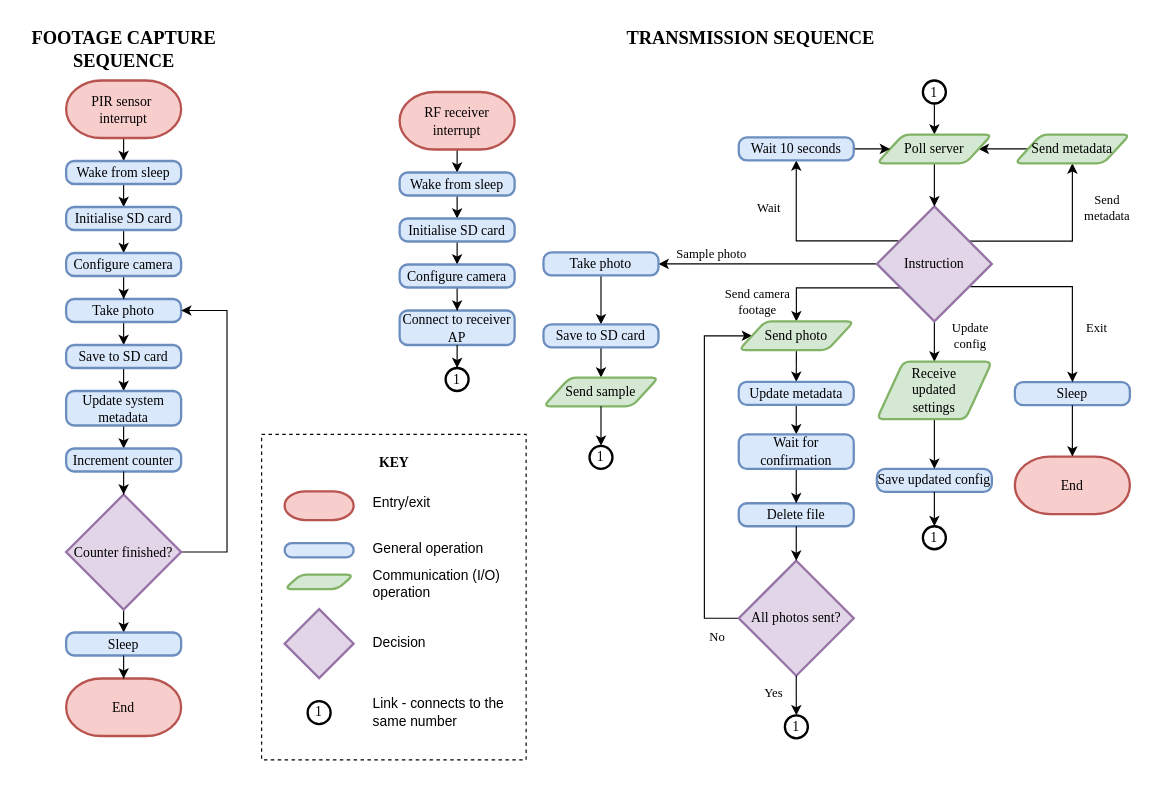
The draw.io diagram final-report/Misc/ESP-flow.drawio in rothdu/EEE4113F-Group13-2024, before the edit. Source tidied: cells renumbered, new cells numbered last; positions are measured from the earlier drawing's top-left corner, leaving out a move shared by most shapes. Both pictures are drawn from the tidied source at 115%, with x=0, y=0 at pixel (20, 20).
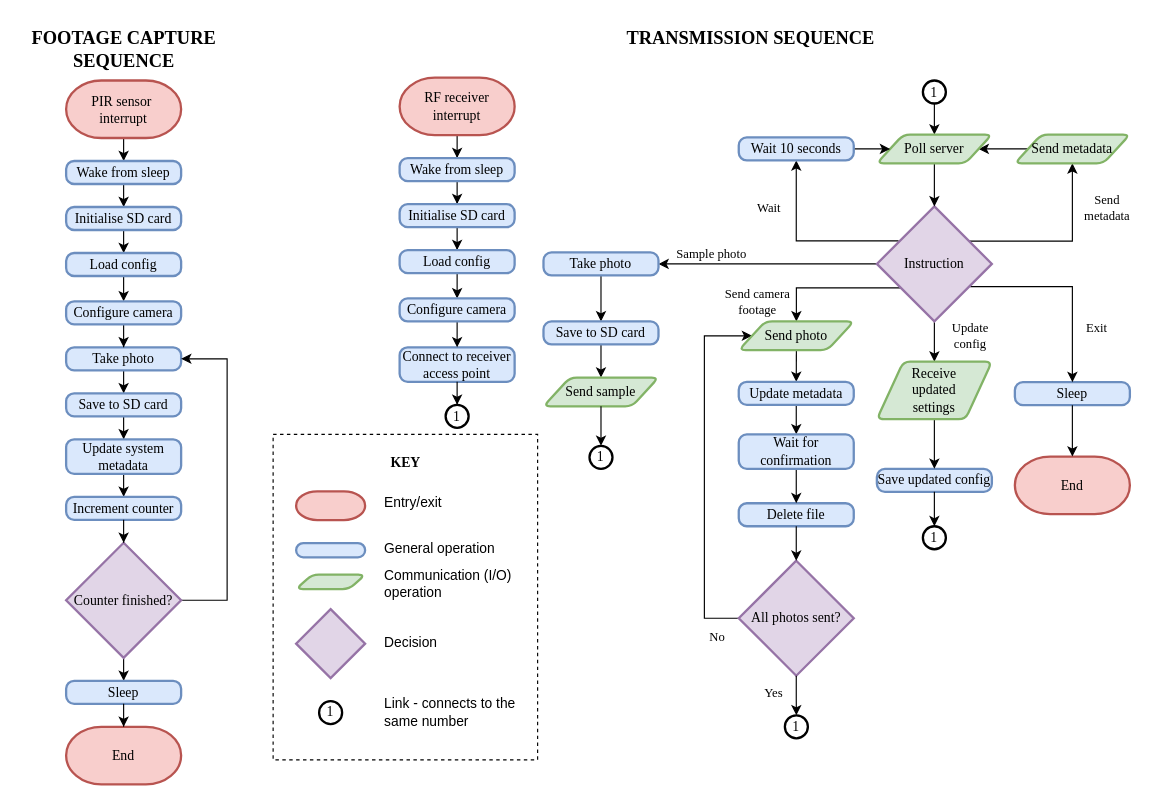
The same diagram, later.

Change to the diagram source:
```diff
@@
     <mxCell id="3" value="Take photo" style="rounded=1;whiteSpace=wrap;html=1;absoluteArcSize=1;arcSize=14;strokeWidth=2;fillColor=#dae8fc;strokeColor=#6c8ebf;fontFamily=Times New Roman;" parent="1" vertex="1">
-      <mxGeometry x="40" y="242.5" width="100" height="20" as="geometry" />
+      <mxGeometry x="40" y="284.5" width="100" height="20" as="geometry" />
     </mxCell>
@@
     <mxCell id="5" value="Save to SD card" style="rounded=1;whiteSpace=wrap;html=1;absoluteArcSize=1;arcSize=14;strokeWidth=2;fillColor=#dae8fc;strokeColor=#6c8ebf;fontFamily=Times New Roman;" parent="1" vertex="1">
-      <mxGeometry x="40" y="282.5" width="100" height="20" as="geometry" />
+      <mxGeometry x="40" y="324.5" width="100" height="20" as="geometry" />
     </mxCell>
@@
     <mxCell id="7" value="Update system metadata" style="rounded=1;whiteSpace=wrap;html=1;absoluteArcSize=1;arcSize=14;strokeWidth=2;fillColor=#dae8fc;strokeColor=#6c8ebf;fontFamily=Times New Roman;" parent="1" vertex="1">
-      <mxGeometry x="40" y="322.5" width="100" height="30" as="geometry" />
+      <mxGeometry x="40" y="364.5" width="100" height="30" as="geometry" />
     </mxCell>
@@
     <mxCell id="10" value="End" style="strokeWidth=2;html=1;shape=mxgraph.flowchart.terminator;whiteSpace=wrap;fillColor=#f8cecc;strokeColor=#b85450;fontFamily=Times New Roman;" parent="1" vertex="1">
-      <mxGeometry x="40" y="572.5" width="100" height="50" as="geometry" />
+      <mxGeometry x="40" y="614.5" width="100" height="50" as="geometry" />
     </mxCell>
@@
     <mxCell id="12" value="RF receiver interrupt" style="strokeWidth=2;html=1;shape=mxgraph.flowchart.terminator;whiteSpace=wrap;fillColor=#f8cecc;strokeColor=#b85450;fontFamily=Times New Roman;" parent="1" vertex="1">
-      <mxGeometry x="330" y="62.5" width="100" height="50" as="geometry" />
+      <mxGeometry x="330" y="50" width="100" height="50" as="geometry" />
     </mxCell>
@@
     <mxCell id="14" value="Wake from sleep" style="rounded=1;whiteSpace=wrap;html=1;absoluteArcSize=1;arcSize=14;strokeWidth=2;fillColor=#dae8fc;strokeColor=#6c8ebf;fontFamily=Times New Roman;" parent="1" vertex="1">
-      <mxGeometry x="330" y="132.5" width="100" height="20" as="geometry" />
+      <mxGeometry x="330" y="120" width="100" height="20" as="geometry" />
     </mxCell>
-    <mxCell id="15" value="Connect to receiver AP" style="rounded=1;whiteSpace=wrap;html=1;absoluteArcSize=1;arcSize=14;strokeWidth=2;fillColor=#dae8fc;strokeColor=#6c8ebf;fontFamily=Times New Roman;" parent="1" vertex="1">
-      <mxGeometry x="330" y="252.5" width="100" height="30" as="geometry" />
+    <mxCell id="15" value="Connect to receiver access point" style="rounded=1;whiteSpace=wrap;html=1;absoluteArcSize=1;arcSize=14;strokeWidth=2;fillColor=#dae8fc;strokeColor=#6c8ebf;fontFamily=Times New Roman;" parent="1" vertex="1">
+      <mxGeometry x="330" y="284.5" width="100" height="30" as="geometry" />
     </mxCell>
@@
     <mxCell id="65" value="Initialise SD card" style="rounded=1;whiteSpace=wrap;html=1;absoluteArcSize=1;arcSize=14;strokeWidth=2;fillColor=#dae8fc;strokeColor=#6c8ebf;fontFamily=Times New Roman;" parent="1" vertex="1">
-      <mxGeometry x="330" y="172.5" width="100" height="20" as="geometry" />
+      <mxGeometry x="330" y="160" width="100" height="20" as="geometry" />
     </mxCell>
-    <mxCell id="66" style="edgeStyle=orthogonalEdgeStyle;rounded=0;jettySize=auto;html=1;entryX=0.5;entryY=0;entryDx=0;entryDy=0;fontFamily=Times New Roman;" parent="1" edge="1" source="67" target="15">
-      <mxGeometry relative="1" as="geometry" />
-    </mxCell>
+    <mxCell id="100" style="edgeStyle=orthogonalEdgeStyle;rounded=0;jettySize=auto;html=1;entryX=0.5;entryY=0;entryDx=0;entryDy=0;" parent="1" edge="1" source="67" target="105">
+      <mxGeometry relative="1" as="geometry" />
+    </mxCell>
-    <mxCell id="67" value="Configure camera" style="rounded=1;whiteSpace=wrap;html=1;absoluteArcSize=1;arcSize=14;strokeWidth=2;fillColor=#dae8fc;strokeColor=#6c8ebf;fontFamily=Times New Roman;" parent="1" vertex="1">
-      <mxGeometry x="330" y="212.5" width="100" height="20" as="geometry" />
+    <mxCell id="67" value="Load config" style="rounded=1;whiteSpace=wrap;html=1;absoluteArcSize=1;arcSize=14;strokeWidth=2;fillColor=#dae8fc;strokeColor=#6c8ebf;fontFamily=Times New Roman;" parent="1" vertex="1">
+      <mxGeometry x="330" y="200" width="100" height="20" as="geometry" />
     </mxCell>
     <mxCell id="68" style="edgeStyle=orthogonalEdgeStyle;rounded=0;jettySize=auto;html=1;entryX=1;entryY=0.5;entryDx=0;entryDy=0;fontFamily=Times New Roman;" parent="1" edge="1" source="70" target="3">
       <mxGeometry relative="1" as="geometry">
         <Array as="points">
-          <mxPoint x="179.9" y="462.5" />
-          <mxPoint x="179.9" y="252.5" />
+          <mxPoint x="180" y="504.5" />
+          <mxPoint x="180" y="294.5" />
         </Array>
       </mxGeometry>
     </mxCell>
@@
     <mxCell id="70" value="Counter finished?" style="strokeWidth=2;html=1;shape=mxgraph.flowchart.decision;whiteSpace=wrap;fontFamily=Times New Roman;fillColor=#e1d5e7;strokeColor=#9673a6;" parent="1" vertex="1">
-      <mxGeometry x="40" y="412.5" width="100" height="100" as="geometry" />
+      <mxGeometry x="40" y="454.5" width="100" height="100" as="geometry" />
     </mxCell>
     <mxCell id="71" value="Increment counter" style="rounded=1;whiteSpace=wrap;html=1;absoluteArcSize=1;arcSize=14;strokeWidth=2;fillColor=#dae8fc;strokeColor=#6c8ebf;fontFamily=Times New Roman;" parent="1" vertex="1">
-      <mxGeometry x="40" y="372.5" width="100" height="20" as="geometry" />
+      <mxGeometry x="40" y="414.5" width="100" height="20" as="geometry" />
     </mxCell>
-    <mxCell id="72" style="edgeStyle=orthogonalEdgeStyle;rounded=0;jettySize=auto;html=1;entryX=0.5;entryY=0;entryDx=0;entryDy=0;fontFamily=Times New Roman;" parent="1" edge="1" source="73" target="3">
-      <mxGeometry relative="1" as="geometry" />
-    </mxCell>
+    <mxCell id="101" style="edgeStyle=orthogonalEdgeStyle;rounded=0;jettySize=auto;html=1;entryX=0.5;entryY=0;entryDx=0;entryDy=0;" parent="1" edge="1" source="73" target="103">
+      <mxGeometry relative="1" as="geometry" />
+    </mxCell>
-    <mxCell id="73" value="Configure camera" style="rounded=1;whiteSpace=wrap;html=1;absoluteArcSize=1;arcSize=14;strokeWidth=2;fillColor=#dae8fc;strokeColor=#6c8ebf;fontFamily=Times New Roman;" parent="1" vertex="1">
+    <mxCell id="73" value="Load config" style="rounded=1;whiteSpace=wrap;html=1;absoluteArcSize=1;arcSize=14;strokeWidth=2;fillColor=#dae8fc;strokeColor=#6c8ebf;fontFamily=Times New Roman;" parent="1" vertex="1">
       <mxGeometry x="40" y="202.5" width="100" height="20" as="geometry" />
     </mxCell>
@@
     <mxCell id="75" value="Sleep" style="rounded=1;whiteSpace=wrap;html=1;absoluteArcSize=1;arcSize=14;strokeWidth=2;fillColor=#dae8fc;strokeColor=#6c8ebf;fontFamily=Times New Roman;" parent="1" vertex="1">
-      <mxGeometry x="40" y="532.5" width="100" height="20" as="geometry" />
+      <mxGeometry x="40" y="574.5" width="100" height="20" as="geometry" />
     </mxCell>
@@
     <mxCell id="80" value="Save to SD card" style="rounded=1;whiteSpace=wrap;html=1;absoluteArcSize=1;arcSize=14;strokeWidth=2;fillColor=#dae8fc;strokeColor=#6c8ebf;fontFamily=Times New Roman;" parent="1" vertex="1">
-      <mxGeometry x="455.1" y="264.5" width="100" height="20" as="geometry" />
+      <mxGeometry x="455.1" y="262" width="100" height="20" as="geometry" />
     </mxCell>
@@
     <mxCell id="84" value="1" style="strokeWidth=2;html=1;shape=mxgraph.flowchart.start_2;whiteSpace=wrap;fontFamily=Times New Roman;" parent="1" vertex="1">
-      <mxGeometry x="370" y="302.5" width="20" height="20" as="geometry" />
+      <mxGeometry x="370" y="334.5" width="20" height="20" as="geometry" />
     </mxCell>
-    <mxCell id="85" style="edgeStyle=orthogonalEdgeStyle;rounded=0;jettySize=auto;html=1;entryX=0.5;entryY=0;entryDx=0;entryDy=0;entryPerimeter=0;fontFamily=Times New Roman;" parent="1" edge="1" source="15" target="84">
-      <mxGeometry relative="1" as="geometry" />
-    </mxCell>
@@
     <mxCell id="87" style="group;" parent="1" vertex="1">
-      <mxGeometry x="210" y="360.2" width="230" height="283" as="geometry" />
+      <mxGeometry x="220" y="360.2" width="230" height="283" as="geometry" />
     </mxCell>
@@
+    <mxCell id="102" style="edgeStyle=orthogonalEdgeStyle;rounded=0;jettySize=auto;html=1;entryX=0.5;entryY=0;entryDx=0;entryDy=0;" parent="1" edge="1" source="103" target="3">
+      <mxGeometry relative="1" as="geometry" />
+    </mxCell>
+    <mxCell id="103" value="Configure camera" style="rounded=1;whiteSpace=wrap;html=1;absoluteArcSize=1;arcSize=14;strokeWidth=2;fillColor=#dae8fc;strokeColor=#6c8ebf;fontFamily=Times New Roman;" parent="1" vertex="1">
+      <mxGeometry x="40" y="244.5" width="100" height="20" as="geometry" />
+    </mxCell>
+    <mxCell id="104" style="edgeStyle=orthogonalEdgeStyle;rounded=0;jettySize=auto;html=1;entryX=0.5;entryY=0;entryDx=0;entryDy=0;" parent="1" edge="1" source="105" target="15">
+      <mxGeometry relative="1" as="geometry" />
+    </mxCell>
+    <mxCell id="105" value="Configure camera" style="rounded=1;whiteSpace=wrap;html=1;absoluteArcSize=1;arcSize=14;strokeWidth=2;fillColor=#dae8fc;strokeColor=#6c8ebf;fontFamily=Times New Roman;" parent="1" vertex="1">
+      <mxGeometry x="330" y="242" width="100" height="20" as="geometry" />
+    </mxCell>
+    <mxCell id="85" style="edgeStyle=orthogonalEdgeStyle;rounded=0;jettySize=auto;html=1;entryX=0.5;entryY=0;entryDx=0;entryDy=0;entryPerimeter=0;" parent="1" edge="1" source="15" target="84">
+      <mxGeometry relative="1" as="geometry" />
+    </mxCell>
```
